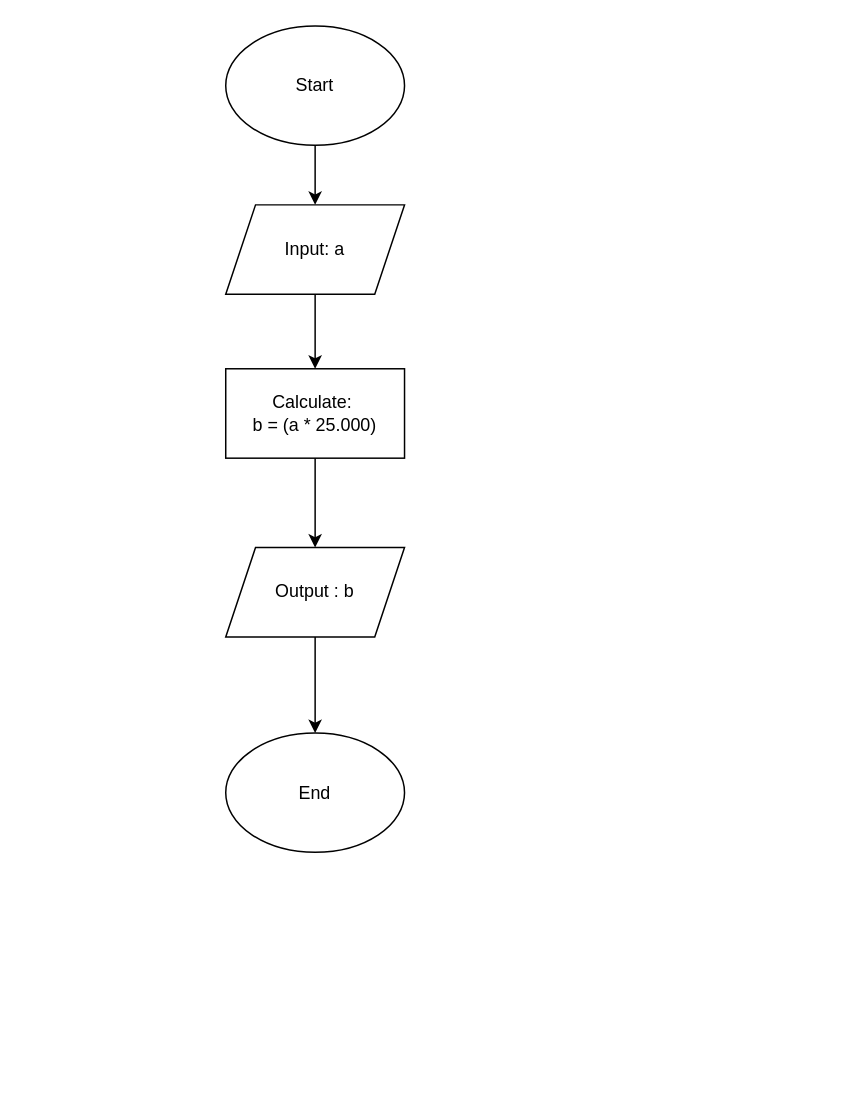
This is Untitled Diagram.drawio from AkaiZed/flowchat, a draw.io file, before an edit. Source tidied: cells renumbered, new cells numbered last; positions are measured from the earlier drawing's top-left corner, leaving out a move shared by most shapes. Both pictures are drawn from the tidied source at 149%, with x=0, y=0 at pixel (225, 25).
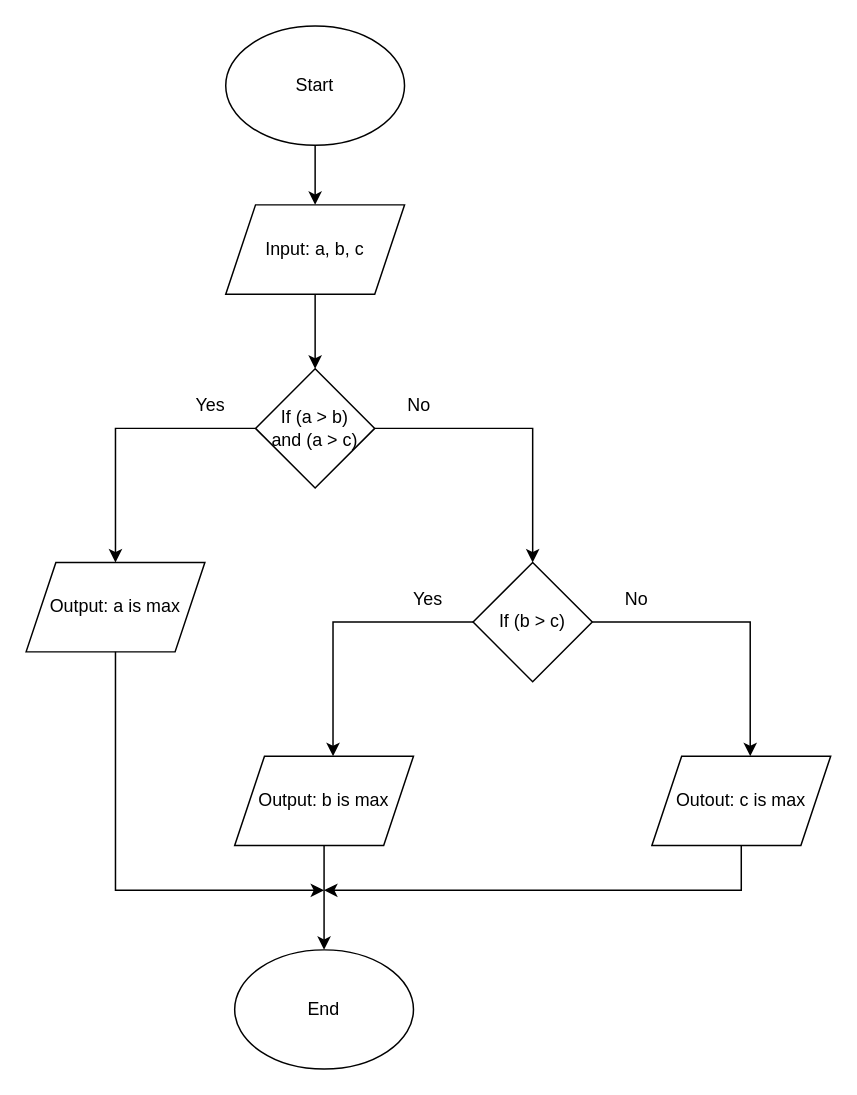
Above is the later version.

The edit, as a diff of the source:
```diff
@@
     <mxCell id="3" value="End" style="ellipse;whiteSpace=wrap;html=1;" parent="1" vertex="1">
-      <mxGeometry y="474.5" width="120" height="80" as="geometry" />
+      <mxGeometry x="6" y="620" width="120" height="80" as="geometry" />
     </mxCell>
-    <mxCell id="4" value="Input: a" style="shape=parallelogram;perimeter=parallelogramPerimeter;whiteSpace=wrap;html=1;fixedSize=1;" parent="1" vertex="1">
+    <mxCell id="4" value="Input: a, b, c" style="shape=parallelogram;perimeter=parallelogramPerimeter;whiteSpace=wrap;html=1;fixedSize=1;" parent="1" vertex="1">
       <mxGeometry y="120" width="120" height="60" as="geometry" />
     </mxCell>
-    <mxCell id="5" value="Output : b" style="shape=parallelogram;perimeter=parallelogramPerimeter;whiteSpace=wrap;html=1;fixedSize=1;" parent="1" vertex="1">
-      <mxGeometry y="350" width="120" height="60" as="geometry" />
-    </mxCell>
-    <mxCell id="6" value="Calculate:&amp;nbsp;&lt;div&gt;b = (a * 25.000)&lt;/div&gt;" style="rounded=0;whiteSpace=wrap;html=1;" parent="1" vertex="1">
-      <mxGeometry y="230" width="120" height="60" as="geometry" />
-    </mxCell>
@@
-    <mxCell id="8" style="endArrow=classic;html=1;rounded=0;exitX=0.5;exitY=1;exitDx=0;exitDy=0;entryX=0.5;entryY=0;entryDx=0;entryDy=0;" parent="1" edge="1" source="4" target="6">
-      <mxGeometry relative="1" as="geometry" />
+    <mxCell id="8" style="endArrow=classic;html=1;rounded=0;exitX=0.5;exitY=1;exitDx=0;exitDy=0;entryX=0.5;entryY=0;entryDx=0;entryDy=0;" parent="1" edge="1" source="4">
+      <mxGeometry relative="1" as="geometry">
+        <mxPoint x="60" y="230" as="targetPoint" />
+      </mxGeometry>
     </mxCell>
-    <mxCell id="9" style="endArrow=classic;html=1;rounded=0;exitX=0.5;exitY=1;exitDx=0;exitDy=0;entryX=0.5;entryY=0;entryDx=0;entryDy=0;" parent="1" edge="1" source="6" target="5">
-      <mxGeometry relative="1" as="geometry" />
-    </mxCell>
-    <mxCell id="10" style="endArrow=classic;html=1;rounded=0;exitX=0.5;exitY=1;exitDx=0;exitDy=0;" parent="1" edge="1" source="5" target="3">
-      <mxGeometry relative="1" as="geometry" />
-    </mxCell>
+    <mxCell id="11" value="If (a &amp;gt; b)&lt;div&gt;&amp;nbsp;and (a &amp;gt; c)&amp;nbsp;&lt;/div&gt;" style="rhombus;whiteSpace=wrap;html=1;" parent="1" vertex="1">
+      <mxGeometry x="20" y="230" width="80" height="80" as="geometry" />
+    </mxCell>
+    <mxCell id="12" style="endArrow=classic;html=1;rounded=0;exitX=0;exitY=0.5;exitDx=0;exitDy=0;" parent="1" edge="1" source="11">
+      <mxGeometry relative="1" as="geometry">
+        <mxPoint x="-74" y="360" as="targetPoint" />
+        <Array as="points">
+          <mxPoint x="-74" y="270" />
+        </Array>
+      </mxGeometry>
+    </mxCell>
+    <mxCell id="13" style="endArrow=classic;html=1;rounded=0;exitX=1;exitY=0.5;exitDx=0;exitDy=0;" parent="1" edge="1" source="11">
+      <mxGeometry relative="1" as="geometry">
+        <mxPoint x="206" y="360" as="targetPoint" />
+        <Array as="points">
+          <mxPoint x="206" y="270" />
+        </Array>
+      </mxGeometry>
+    </mxCell>
+    <mxCell id="14" value="Output: a is max" style="shape=parallelogram;perimeter=parallelogramPerimeter;whiteSpace=wrap;html=1;fixedSize=1;" parent="1" vertex="1">
+      <mxGeometry x="-134" y="360" width="120" height="60" as="geometry" />
+    </mxCell>
+    <mxCell id="15" value="Yes" style="text;html=1;align=center;verticalAlign=middle;whiteSpace=wrap;rounded=0;" parent="1" vertex="1">
+      <mxGeometry x="-40" y="240" width="60" height="30" as="geometry" />
+    </mxCell>
+    <mxCell id="16" value="No" style="text;html=1;align=center;verticalAlign=middle;whiteSpace=wrap;rounded=0;" parent="1" vertex="1">
+      <mxGeometry x="100" y="240" width="60" height="30" as="geometry" />
+    </mxCell>
+    <mxCell id="17" value="If (b &amp;gt; c)" style="rhombus;whiteSpace=wrap;html=1;" parent="1" vertex="1">
+      <mxGeometry x="166" y="360" width="80" height="80" as="geometry" />
+    </mxCell>
+    <mxCell id="18" style="endArrow=classic;html=1;rounded=0;exitX=0;exitY=0.5;exitDx=0;exitDy=0;" parent="1" edge="1">
+      <mxGeometry relative="1" as="geometry">
+        <mxPoint x="166" y="400" as="sourcePoint" />
+        <mxPoint x="72" y="490" as="targetPoint" />
+        <Array as="points">
+          <mxPoint x="72" y="400" />
+        </Array>
+      </mxGeometry>
+    </mxCell>
+    <mxCell id="19" style="endArrow=classic;html=1;rounded=0;exitX=1;exitY=0.5;exitDx=0;exitDy=0;" parent="1" edge="1">
+      <mxGeometry relative="1" as="geometry">
+        <mxPoint x="246" y="400" as="sourcePoint" />
+        <mxPoint x="352" y="490" as="targetPoint" />
+        <Array as="points">
+          <mxPoint x="352" y="400" />
+        </Array>
+      </mxGeometry>
+    </mxCell>
+    <mxCell id="20" value="Yes" style="text;html=1;align=center;verticalAlign=middle;whiteSpace=wrap;rounded=0;" parent="1" vertex="1">
+      <mxGeometry x="106" y="370" width="60" height="30" as="geometry" />
+    </mxCell>
+    <mxCell id="21" value="No" style="text;html=1;align=center;verticalAlign=middle;whiteSpace=wrap;rounded=0;" parent="1" vertex="1">
+      <mxGeometry x="246" y="370" width="60" height="30" as="geometry" />
+    </mxCell>
+    <mxCell id="22" value="Output: b is max" style="shape=parallelogram;perimeter=parallelogramPerimeter;whiteSpace=wrap;html=1;fixedSize=1;" parent="1" vertex="1">
+      <mxGeometry x="6" y="490" width="120" height="60" as="geometry" />
+    </mxCell>
+    <mxCell id="23" value="Outout: c is max" style="shape=parallelogram;perimeter=parallelogramPerimeter;whiteSpace=wrap;html=1;fixedSize=1;" parent="1" vertex="1">
+      <mxGeometry x="286" y="490" width="120" height="60" as="geometry" />
+    </mxCell>
+    <mxCell id="24" style="endArrow=classic;html=1;rounded=0;exitX=0.5;exitY=1;exitDx=0;exitDy=0;entryX=0.5;entryY=0;entryDx=0;entryDy=0;" parent="1" edge="1" source="22" target="3">
+      <mxGeometry relative="1" as="geometry" />
+    </mxCell>
+    <mxCell id="25" style="endArrow=classic;html=1;rounded=0;exitX=0.5;exitY=1;exitDx=0;exitDy=0;" parent="1" edge="1" source="14">
+      <mxGeometry relative="1" as="geometry">
+        <mxPoint x="66" y="580" as="targetPoint" />
+        <Array as="points">
+          <mxPoint x="-74" y="580" />
+        </Array>
+      </mxGeometry>
+    </mxCell>
+    <mxCell id="26" style="endArrow=classic;html=1;rounded=0;exitX=0.5;exitY=1;exitDx=0;exitDy=0;" parent="1" edge="1" source="23">
+      <mxGeometry relative="1" as="geometry">
+        <mxPoint x="66" y="580" as="targetPoint" />
+        <Array as="points">
+          <mxPoint x="346" y="580" />
+        </Array>
+      </mxGeometry>
+    </mxCell>
```
